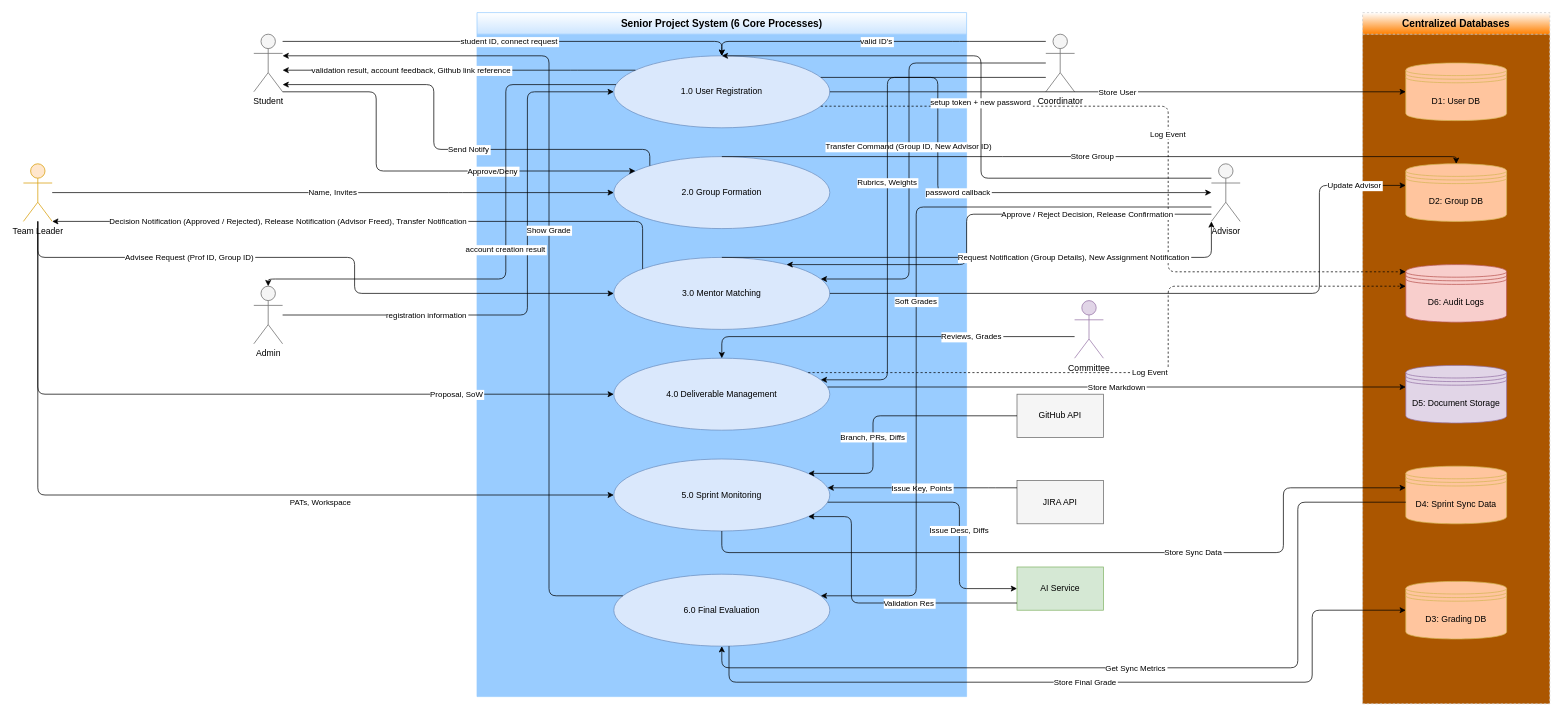
Earlier version of the draw.io diagram page "Level 1 - Overview" (2 of 2) of docs/dfd_senior_project.drawio (SE3318-Spring-2025-2026/senior-app-1). Source tidied: cells renumbered, new cells numbered last; positions are measured from the earlier drawing's top-left corner, leaving out a move shared by most shapes. Both pictures are drawn from the tidied source at 72%, with x=0, y=0 at pixel (23, 12).
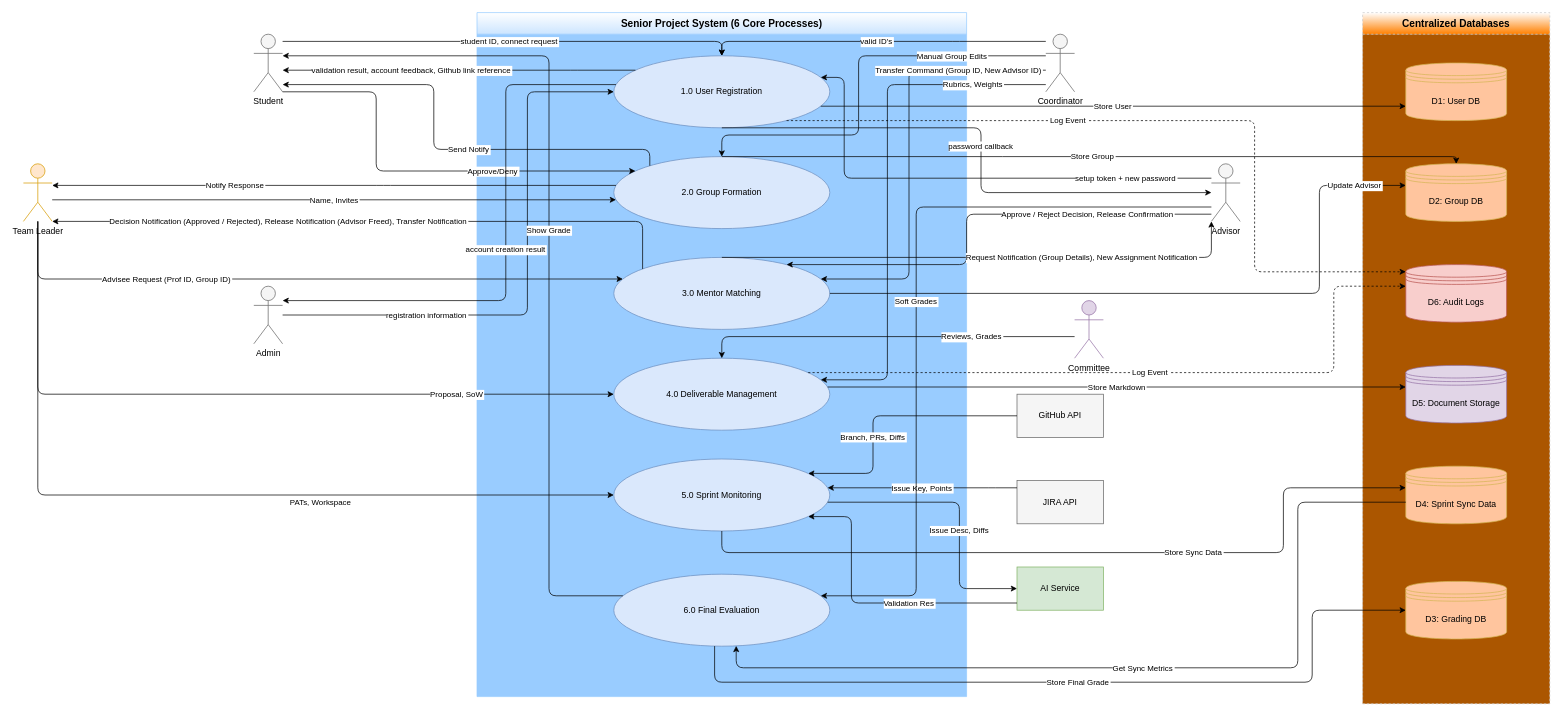
The same page after the edit.

Commit message (it also covers changes not shown here):
Update API specifications and DFD diagrams for group formation and mentor matching: refine descriptions, add manual membership adjustments, and enhance documentation.

Unchanged cells that the change refers to:
```xml
<mxCell id="3" value="1.0 User Registration" style="ellipse;whiteSpace=wrap;html=1;fillColor=#dae8fc;strokeColor=#6c8ebf;" parent="2" vertex="1">
  <mxGeometry x="190" y="60" width="300" height="100" as="geometry" />
</mxCell>
<mxCell id="4" value="2.0 Group Formation" style="ellipse;whiteSpace=wrap;html=1;fillColor=#dae8fc;strokeColor=#6c8ebf;" parent="2" vertex="1">
  <mxGeometry x="190" y="200" width="300" height="100" as="geometry" />
</mxCell>
<mxCell id="5" value="3.0 Mentor Matching" style="ellipse;whiteSpace=wrap;html=1;fillColor=#dae8fc;strokeColor=#6c8ebf;" parent="2" vertex="1">
  <mxGeometry x="190" y="340" width="300" height="100" as="geometry" />
</mxCell>
<mxCell id="6" value="4.0 Deliverable Management" style="ellipse;whiteSpace=wrap;html=1;fillColor=#dae8fc;strokeColor=#6c8ebf;" parent="2" vertex="1">
  <mxGeometry x="190" y="480" width="300" height="100" as="geometry" />
</mxCell>
<mxCell id="8" value="6.0 Final Evaluation" style="ellipse;whiteSpace=wrap;html=1;fillColor=#dae8fc;strokeColor=#6c8ebf;" parent="2" vertex="1">
  <mxGeometry x="190" y="780" width="300" height="100" as="geometry" />
</mxCell>
<mxCell id="10" value="D1: User DB" style="shape=datastore;whiteSpace=wrap;html=1;fillColor=#FFC59E;strokeColor=#d6b656;" parent="9" vertex="1">
  <mxGeometry x="60" y="70" width="140" height="80" as="geometry" />
</mxCell>
<mxCell id="12" value="D6: Audit Logs" style="shape=datastore;whiteSpace=wrap;html=1;fillColor=#f8cecc;strokeColor=#b85450;" parent="9" vertex="1">
  <mxGeometry x="60" y="350" width="140" height="80" as="geometry" />
</mxCell>
<mxCell id="14" value="D4: Sprint Sync Data" style="shape=datastore;whiteSpace=wrap;html=1;fillColor=#FFC59E;strokeColor=#d6b656;" parent="9" vertex="1">
  <mxGeometry x="60" y="630" width="140" height="80" as="geometry" />
</mxCell>
<mxCell id="15" value="D3: Grading DB" style="shape=datastore;whiteSpace=wrap;html=1;fillColor=#FFC59E;strokeColor=#d6b656;" parent="9" vertex="1">
  <mxGeometry x="60" y="790" width="140" height="80" as="geometry" />
</mxCell>
<mxCell id="17" value="Team Leader" style="shape=umlActor;verticalLabelPosition=bottom;verticalAlign=top;html=1;outlineConnect=0;fillColor=#ffe6cc;strokeColor=#d79b00;" parent="1" vertex="1">
  <mxGeometry y="210" width="40" height="80" as="geometry" />
</mxCell>
<mxCell id="18" value="Admin" style="shape=umlActor;verticalLabelPosition=bottom;verticalAlign=top;html=1;outlineConnect=0;fillColor=#f5f5f5;strokeColor=#666666;" parent="1" vertex="1">
  <mxGeometry x="320" y="380" width="40" height="80" as="geometry" />
</mxCell>
<mxCell id="19" value="Coordinator" style="shape=umlActor;verticalLabelPosition=bottom;verticalAlign=top;html=1;outlineConnect=0;fillColor=#f5f5f5;strokeColor=#666666;" parent="1" vertex="1">
  <mxGeometry x="1420" y="30" width="40" height="80" as="geometry" />
</mxCell>
<mxCell id="20" value="Advisor" style="shape=umlActor;verticalLabelPosition=bottom;verticalAlign=top;html=1;outlineConnect=0;fillColor=#f5f5f5;strokeColor=#666666;" parent="1" vertex="1">
  <mxGeometry x="1650" y="210" width="40" height="80" as="geometry" />
</mxCell>
```

What changed in the source:
```diff
@@
     <mxCell id="27" value="password callback" style="edgeStyle=orthogonalEdgeStyle;rounded=1;fontSize=11;" parent="1" edge="1" source="3" target="20">
       <mxGeometry relative="1" as="geometry">
         <Array as="points">
-          <mxPoint x="1270" y="90" />
-          <mxPoint x="1270" y="250" />
+          <mxPoint x="1330" y="160" />
+          <mxPoint x="1330" y="250" />
         </Array>
       </mxGeometry>
     </mxCell>
     <mxCell id="28" value="Store User" style="edgeStyle=orthogonalEdgeStyle;rounded=1;fontSize=11;" parent="1" edge="1" source="3" target="10">
-      <mxGeometry relative="1" as="geometry" />
+      <mxGeometry relative="1" as="geometry">
+        <Array as="points">
+          <mxPoint x="1530" y="130" />
+          <mxPoint x="1530" y="130" />
+        </Array>
+      </mxGeometry>
     </mxCell>
     <mxCell id="29" value="Log Event" style="edgeStyle=orthogonalEdgeStyle;rounded=1;fontSize=11;dashed=1;" parent="1" edge="1" source="3" target="12">
-      <mxGeometry relative="1" as="geometry">
+      <mxGeometry x="-0.27" relative="1" as="geometry">
         <Array as="points">
-          <mxPoint x="1590" y="130" />
-          <mxPoint x="1590" y="360" />
+          <mxPoint x="1710" y="150" />
+          <mxPoint x="1710" y="360" />
         </Array>
       </mxGeometry>
     </mxCell>
     <mxCell id="30" value="Name, Invites" style="edgeStyle=orthogonalEdgeStyle;rounded=1;fontSize=11;" parent="1" edge="1" source="17" target="4">
       <mxGeometry relative="1" as="geometry">
         <Array as="points">
-          <mxPoint x="600" y="250" />
-          <mxPoint x="600" y="250" />
+          <mxPoint x="430" y="260" />
+          <mxPoint x="430" y="260" />
         </Array>
       </mxGeometry>
     </mxCell>
@@
     <mxCell id="34" value="Advisee Request (Prof ID, Group ID)" style="edgeStyle=orthogonalEdgeStyle;rounded=1;fontSize=11;" parent="1" edge="1" source="17" target="5">
       <mxGeometry x="-0.42" relative="1" as="geometry">
         <Array as="points">
-          <mxPoint x="20" y="340" />
-          <mxPoint x="460" y="340" />
-          <mxPoint x="460" y="390" />
+          <mxPoint x="20" y="370" />
         </Array>
       </mxGeometry>
     </mxCell>
     <mxCell id="35" value="Transfer Command (Group ID, New Advisor ID)" style="edgeStyle=orthogonalEdgeStyle;rounded=1;fontSize=11;" parent="1" edge="1" source="19" target="5">
-      <mxGeometry relative="1" as="geometry">
+      <mxGeometry x="-0.6" relative="1" as="geometry">
         <Array as="points">
-          <mxPoint x="1230" y="70" />
+          <mxPoint x="1230" y="80" />
           <mxPoint x="1230" y="370" />
         </Array>
       </mxGeometry>
     </mxCell>
@@
     <mxCell id="38" value="Rubrics, Weights" style="edgeStyle=orthogonalEdgeStyle;rounded=1;fontSize=11;" parent="1" edge="1" source="19" target="6">
-      <mxGeometry relative="1" as="geometry">
+      <mxGeometry x="-0.72" relative="1" as="geometry">
         <Array as="points">
-          <mxPoint x="1200" y="90" />
+          <mxPoint x="1200" y="100" />
           <mxPoint x="1200" y="510" />
         </Array>
       </mxGeometry>
     </mxCell>
@@
     <mxCell id="42" value="Log Event" style="edgeStyle=orthogonalEdgeStyle;rounded=1;fontSize=11;dashed=1;" parent="1" edge="1" source="6" target="12">
       <mxGeometry relative="1" as="geometry">
         <Array as="points">
-          <mxPoint x="1590" y="500" />
-          <mxPoint x="1590" y="380" />
+          <mxPoint x="1820" y="500" />
+          <mxPoint x="1820" y="380" />
         </Array>
       </mxGeometry>
     </mxCell>
@@
     <mxCell id="45" value="account creation result" style="edgeStyle=orthogonalEdgeStyle;rounded=1;fontSize=11;" parent="1" edge="1" source="3" target="18">
       <mxGeometry relative="1" as="geometry">
         <Array as="points">
           <mxPoint x="670" y="100" />
-          <mxPoint x="670" y="370" />
+          <mxPoint x="670" y="400" />
         </Array>
       </mxGeometry>
     </mxCell>
     <mxCell id="46" value="setup token + new password" style="edgeStyle=orthogonalEdgeStyle;rounded=1;fontSize=11;" parent="1" edge="1" source="20" target="3">
-      <mxGeometry relative="1" as="geometry">
+      <mxGeometry x="-0.65" relative="1" as="geometry">
         <Array as="points">
-          <mxPoint x="1330" y="230" />
-          <mxPoint x="1330" y="60" />
+          <mxPoint x="1140" y="230" />
+          <mxPoint x="1140" y="90" />
         </Array>
       </mxGeometry>
     </mxCell>
@@
     <mxCell id="48" value="Request Notification (Group Details), New Assignment Notification" style="edgeStyle=orthogonalEdgeStyle;rounded=1;fontSize=11;" parent="1" edge="1" source="5" target="20">
-      <mxGeometry x="0.34" relative="1" as="geometry">
+      <mxGeometry x="0.37" relative="1" as="geometry">
         <Array as="points">
           <mxPoint x="1650" y="340" />
         </Array>
       </mxGeometry>
     </mxCell>
@@
     <mxCell id="56" value="Get Sync Metrics" style="edgeStyle=orthogonalEdgeStyle;rounded=1;fontSize=11;" parent="1" edge="1" source="14" target="8">
       <mxGeometry relative="1" as="geometry">
         <Array as="points">
           <mxPoint x="1770" y="680" />
           <mxPoint x="1770" y="910" />
-          <mxPoint x="970" y="910" />
+          <mxPoint x="990" y="910" />
         </Array>
       </mxGeometry>
     </mxCell>
     <mxCell id="57" value="Store Final Grade" style="edgeStyle=orthogonalEdgeStyle;rounded=1;fontSize=11;" parent="1" edge="1" source="8" target="15">
       <mxGeometry relative="1" as="geometry">
         <Array as="points">
-          <mxPoint x="980" y="930" />
+          <mxPoint x="960" y="930" />
           <mxPoint x="1790" y="930" />
           <mxPoint x="1790" y="830" />
         </Array>
       </mxGeometry>
     </mxCell>
@@
+    <mxCell id="59" value="Manual Group Edits" style="edgeStyle=orthogonalEdgeStyle;rounded=1;fontSize=11;" parent="1" edge="1" source="19" target="4">
+      <mxGeometry x="-0.56" relative="1" as="geometry">
+        <Array as="points">
+          <mxPoint x="1160" y="60" />
+          <mxPoint x="1160" y="170" />
+          <mxPoint x="970" y="170" />
+        </Array>
+      </mxGeometry>
+    </mxCell>
+    <mxCell id="60" value="Notify Response" style="edgeStyle=orthogonalEdgeStyle;rounded=1;fontSize=11;" parent="1" edge="1" source="4" target="17">
+      <mxGeometry x="0.35" relative="1" as="geometry">
+        <Array as="points">
+          <mxPoint x="500" y="240" />
+          <mxPoint x="500" y="240" />
+        </Array>
+      </mxGeometry>
+    </mxCell>
```
